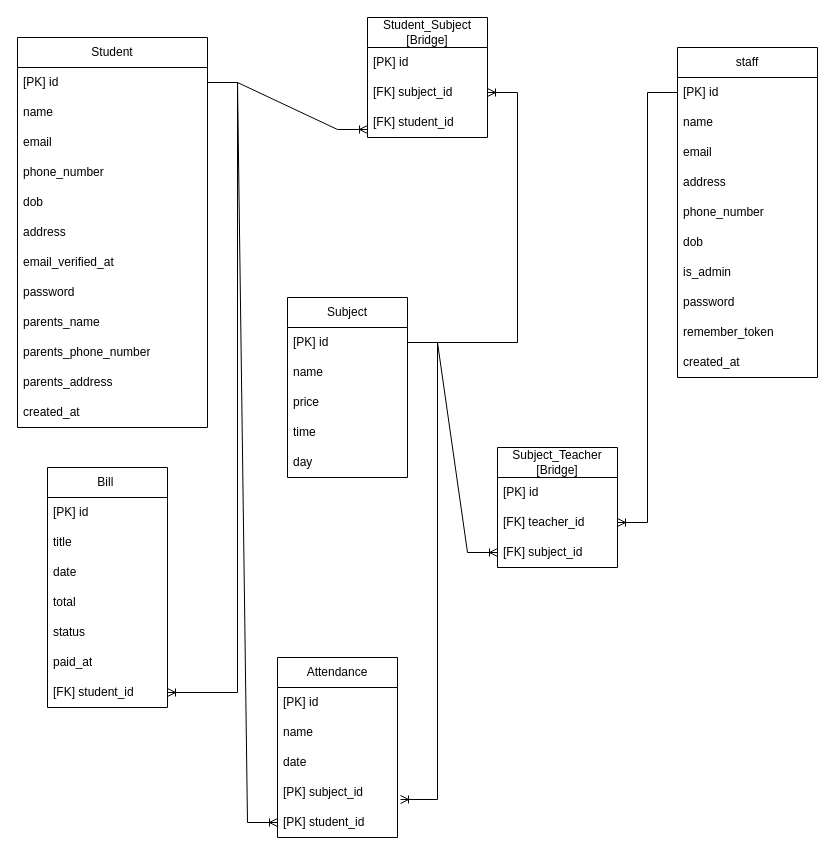
Above: page "Page-1" (1 of 2) of ERD.drawio in aqilanwar/atlas-api (draw.io), before the change. Source tidied: cells renumbered, new cells numbered last; positions are measured from the earlier drawing's top-left corner, leaving out a move shared by most shapes. Both pictures are drawn from the tidied source at 100%, with x=0, y=0 at pixel (17, 17).
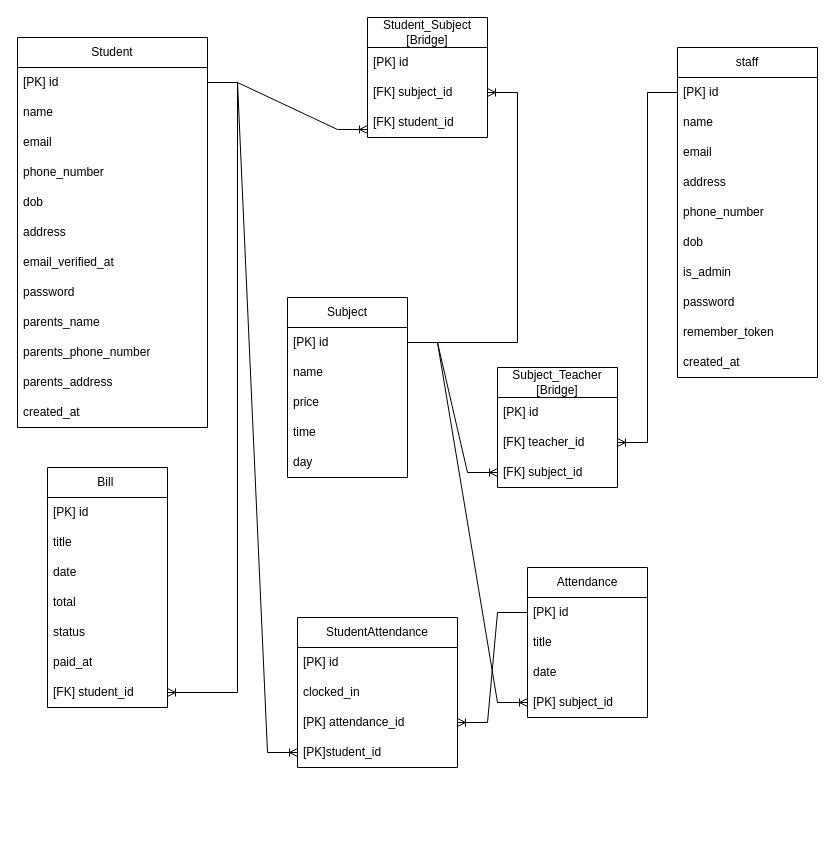
The same diagram, later.

The change refers to these unchanged cells:
```xml
<mxCell id="27" value="[PK] id" style="text;strokeColor=none;fillColor=none;align=left;verticalAlign=middle;spacingLeft=4;spacingRight=4;overflow=hidden;points=[[0,0.5],[1,0.5]];portConstraint=eastwest;whiteSpace=wrap;html=1;" parent="26" vertex="1">
  <mxGeometry y="30" width="120" height="30" as="geometry" />
</mxCell>
```

What changed in the source:
```diff
@@
     <mxCell id="32" value="Subject_Teacher [Bridge]" style="swimlane;fontStyle=0;horizontal=1;startSize=30;whiteSpace=wrap;html=1;" parent="1" vertex="1">
-      <mxGeometry x="480" y="430" width="120" height="120" as="geometry" />
+      <mxGeometry x="480" y="350" width="120" height="120" as="geometry" />
     </mxCell>
@@
-    <mxCell id="53" value="Attendance" style="swimlane;fontStyle=0;horizontal=1;startSize=30;whiteSpace=wrap;html=1;" parent="1" vertex="1">
-      <mxGeometry x="260" y="640" width="120" height="180" as="geometry" />
+    <mxCell id="53" value="StudentAttendance" style="swimlane;fontStyle=0;horizontal=1;startSize=30;whiteSpace=wrap;html=1;" parent="1" vertex="1">
+      <mxGeometry x="280" y="600" width="160" height="150" as="geometry" />
     </mxCell>
     <mxCell id="54" value="[PK] id" style="text;strokeColor=none;fillColor=none;align=left;verticalAlign=middle;spacingLeft=4;spacingRight=4;overflow=hidden;whiteSpace=wrap;html=1;" parent="53" vertex="1">
-      <mxGeometry y="30" width="120" height="30" as="geometry" />
+      <mxGeometry y="30" width="160" height="30" as="geometry" />
     </mxCell>
-    <mxCell id="55" value="name" style="text;strokeColor=none;fillColor=none;align=left;verticalAlign=middle;spacingLeft=4;spacingRight=4;overflow=hidden;whiteSpace=wrap;html=1;" parent="53" vertex="1">
-      <mxGeometry y="60" width="120" height="30" as="geometry" />
-    </mxCell>
-    <mxCell id="56" value="date" style="text;strokeColor=none;fillColor=none;align=left;verticalAlign=middle;spacingLeft=4;spacingRight=4;overflow=hidden;whiteSpace=wrap;html=1;" parent="53" vertex="1">
-      <mxGeometry y="90" width="120" height="30" as="geometry" />
-    </mxCell>
+    <mxCell id="61" value="clocked_in" style="text;strokeColor=none;fillColor=none;align=left;verticalAlign=middle;spacingLeft=4;spacingRight=4;overflow=hidden;whiteSpace=wrap;html=1;" parent="53" vertex="1">
+      <mxGeometry y="60" width="160" height="30" as="geometry" />
+    </mxCell>
-    <mxCell id="57" value="[PK] subject_id" style="text;strokeColor=none;fillColor=none;align=left;verticalAlign=middle;spacingLeft=4;spacingRight=4;overflow=hidden;points=[[0,0.5],[1,0.5]];portConstraint=eastwest;whiteSpace=wrap;html=1;" parent="53" vertex="1">
-      <mxGeometry y="120" width="120" height="30" as="geometry" />
+    <mxCell id="57" value="[PK] attendance_id" style="text;strokeColor=none;fillColor=none;align=left;verticalAlign=middle;spacingLeft=4;spacingRight=4;overflow=hidden;points=[[0,0.5],[1,0.5]];portConstraint=eastwest;whiteSpace=wrap;html=1;" parent="53" vertex="1">
+      <mxGeometry y="90" width="160" height="30" as="geometry" />
     </mxCell>
-    <mxCell id="58" value="[PK] student_id" style="text;strokeColor=none;fillColor=none;align=left;verticalAlign=middle;spacingLeft=4;spacingRight=4;overflow=hidden;points=[[0,0.5],[1,0.5]];portConstraint=eastwest;whiteSpace=wrap;html=1;" parent="53" vertex="1">
-      <mxGeometry y="150" width="120" height="30" as="geometry" />
+    <mxCell id="58" value="[PK]student_id" style="text;strokeColor=none;fillColor=none;align=left;verticalAlign=middle;spacingLeft=4;spacingRight=4;overflow=hidden;points=[[0,0.5],[1,0.5]];portConstraint=eastwest;whiteSpace=wrap;html=1;" parent="53" vertex="1">
+      <mxGeometry y="120" width="160" height="30" as="geometry" />
     </mxCell>
-    <mxCell id="59" style="edgeStyle=entityRelationEdgeStyle;fontSize=12;html=1;endArrow=ERoneToMany;rounded=0;entryX=1.025;entryY=0.733;entryDx=0;entryDy=0;entryPerimeter=0;" parent="1" edge="1" source="27" target="57">
+    <mxCell id="59" style="edgeStyle=entityRelationEdgeStyle;fontSize=12;html=1;endArrow=ERoneToMany;rounded=0;entryX=0;entryY=0.5;entryDx=0;entryDy=0;" parent="1" edge="1" source="27" target="65">
       <mxGeometry x="0.1" y="-11" relative="1" as="geometry">
         <mxPoint x="1" y="-5" as="offset" />
       </mxGeometry>
     </mxCell>
@@
+    <mxCell id="62" value="Attendance" style="swimlane;fontStyle=0;horizontal=1;startSize=30;whiteSpace=wrap;html=1;" parent="1" vertex="1">
+      <mxGeometry x="510" y="550" width="120" height="150" as="geometry" />
+    </mxCell>
+    <mxCell id="63" value="[PK] id" style="text;strokeColor=none;fillColor=none;align=left;verticalAlign=middle;spacingLeft=4;spacingRight=4;overflow=hidden;points=[[0,0.5],[1,0.5]];portConstraint=eastwest;whiteSpace=wrap;html=1;" parent="62" vertex="1">
+      <mxGeometry y="30" width="120" height="30" as="geometry" />
+    </mxCell>
+    <mxCell id="64" value="title" style="text;strokeColor=none;fillColor=none;align=left;verticalAlign=middle;spacingLeft=4;spacingRight=4;overflow=hidden;whiteSpace=wrap;html=1;" parent="62" vertex="1">
+      <mxGeometry y="60" width="120" height="30" as="geometry" />
+    </mxCell>
+    <mxCell id="56" value="date" style="text;strokeColor=none;fillColor=none;align=left;verticalAlign=middle;spacingLeft=4;spacingRight=4;overflow=hidden;whiteSpace=wrap;html=1;" parent="62" vertex="1">
+      <mxGeometry y="90" width="120" height="30" as="geometry" />
+    </mxCell>
+    <mxCell id="65" value="[PK] subject_id" style="text;strokeColor=none;fillColor=none;align=left;verticalAlign=middle;spacingLeft=4;spacingRight=4;overflow=hidden;points=[[0,0.5],[1,0.5]];portConstraint=eastwest;whiteSpace=wrap;html=1;" parent="62" vertex="1">
+      <mxGeometry y="120" width="120" height="30" as="geometry" />
+    </mxCell>
+    <mxCell id="66" style="edgeStyle=entityRelationEdgeStyle;fontSize=12;html=1;endArrow=ERoneToMany;rounded=0;entryX=1;entryY=0.5;entryDx=0;entryDy=0;" parent="1" edge="1" source="63" target="57">
+      <mxGeometry x="0.1" y="-11" relative="1" as="geometry">
+        <mxPoint x="1" y="-5" as="offset" />
+      </mxGeometry>
+    </mxCell>
```
